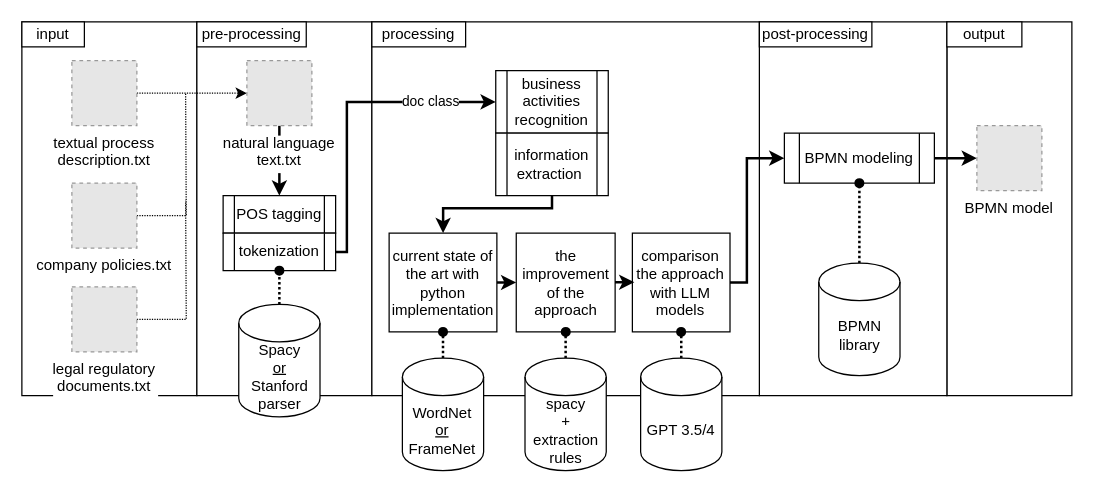
Above: images/overview.drawio in VincentDerekHeld/bachelor-thesis-2.0 (draw.io), before the change. Source tidied: cells renumbered, new cells numbered last; positions are measured from the earlier drawing's top-left corner, leaving out a move shared by most shapes. Both pictures are drawn from the tidied source at 125%, with x=0, y=0 at pixel (21, 21). Pictures stored in the file or linked from it are replaced by grey dashed boxes.
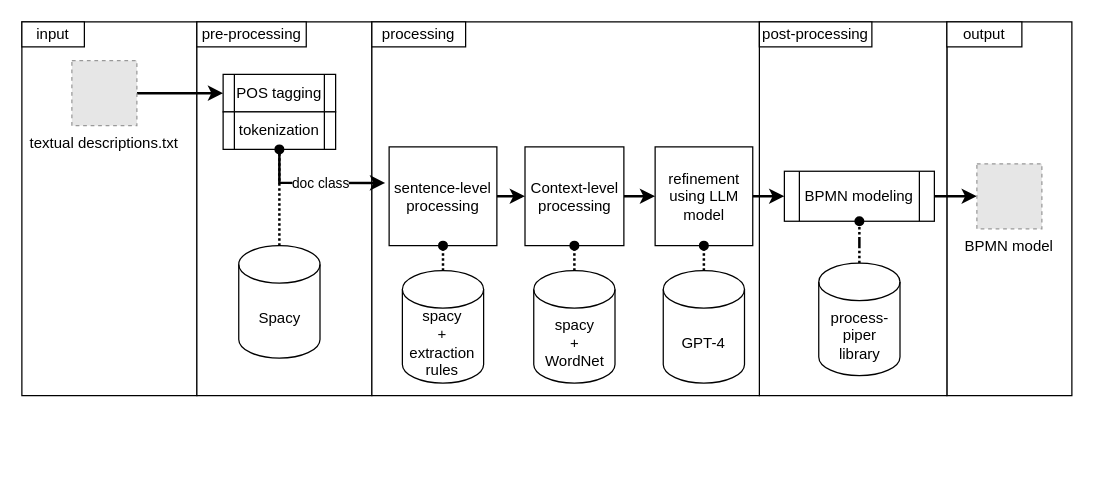
The same diagram, later.

The edit, as a diff of the source:
```diff
@@
-    <mxCell id="6" style="edgeStyle=orthogonalEdgeStyle;rounded=0;jettySize=auto;html=1;entryX=0;entryY=0.5;entryDx=0;entryDy=0;dashed=1;dashPattern=1 1;" parent="1" edge="1" source="7" target="19">
-      <mxGeometry relative="1" as="geometry" />
-    </mxCell>
-    <mxCell id="7" value="textual process &#10;description.txt" style="fillColor=#E6E6E6;strokeColor=#999999;dashed=1;verticalLabelPosition=bottom;labelBackgroundColor=default;verticalAlign=top;" parent="1" vertex="1">
-      <mxGeometry x="40" y="31" width="52" height="52" as="geometry" />
-    </mxCell>
-    <mxCell id="8" style="edgeStyle=orthogonalEdgeStyle;rounded=0;jettySize=auto;html=1;dashed=1;dashPattern=1 1;endArrow=none;endFill=0;" parent="1" edge="1" source="9">
-      <mxGeometry relative="1" as="geometry">
-        <mxPoint x="131" y="143" as="targetPoint" />
-      </mxGeometry>
-    </mxCell>
-    <mxCell id="9" value="legal regulatory &#10;documents.txt" style="fillColor=#E6E6E6;strokeColor=#999999;dashed=1;verticalLabelPosition=bottom;labelBackgroundColor=default;verticalAlign=top;" parent="1" vertex="1">
-      <mxGeometry x="40" y="212" width="52" height="52" as="geometry" />
-    </mxCell>
-    <mxCell id="10" style="edgeStyle=orthogonalEdgeStyle;rounded=0;jettySize=auto;html=1;dashed=1;dashPattern=1 1;endArrow=none;endFill=0;" parent="1" edge="1" source="11">
-      <mxGeometry relative="1" as="geometry">
-        <mxPoint x="131" y="57" as="targetPoint" />
-      </mxGeometry>
-    </mxCell>
-    <mxCell id="11" value="company policies.txt" style="fillColor=#E6E6E6;strokeColor=#999999;dashed=1;verticalLabelPosition=bottom;labelBackgroundColor=default;verticalAlign=top;" parent="1" vertex="1">
-      <mxGeometry x="40" y="129" width="52" height="52" as="geometry" />
-    </mxCell>
-    <mxCell id="12" value="Spacy&lt;br&gt;&lt;u&gt;or&lt;/u&gt;&lt;br&gt;Stanford parser" style="shape=cylinder3;whiteSpace=wrap;html=1;boundedLbl=1;backgroundOutline=1;size=15;" parent="1" vertex="1">
-      <mxGeometry x="173.5" y="226" width="65" height="90" as="geometry" />
+    <mxCell id="12" value="Spacy&lt;br&gt;" style="shape=cylinder3;whiteSpace=wrap;html=1;boundedLbl=1;backgroundOutline=1;size=15;" parent="1" vertex="1">
+      <mxGeometry x="173.5" y="179" width="65" height="90" as="geometry" />
     </mxCell>
@@
     <mxCell id="17" value="POS tagging" style="shape=process;whiteSpace=wrap;html=1;backgroundOutline=1;" parent="1" vertex="1">
-      <mxGeometry x="161" y="139" width="90" height="30" as="geometry" />
+      <mxGeometry x="161" y="42" width="90" height="30" as="geometry" />
     </mxCell>
@@
-    <mxCell id="19" value="natural language &#10;text.txt" style="fillColor=#E6E6E6;strokeColor=#999999;dashed=1;verticalLabelPosition=bottom;labelBackgroundColor=default;verticalAlign=top;" parent="1" vertex="1">
-      <mxGeometry x="180" y="31" width="52" height="52" as="geometry" />
+    <mxCell id="19" value="textual descriptions.txt" style="fillColor=#E6E6E6;strokeColor=#999999;dashed=1;verticalLabelPosition=bottom;labelBackgroundColor=default;verticalAlign=top;" parent="1" vertex="1">
+      <mxGeometry x="40" y="31" width="52" height="52" as="geometry" />
     </mxCell>
-    <mxCell id="20" style="edgeStyle=orthogonalEdgeStyle;rounded=0;jettySize=auto;html=1;entryX=0;entryY=0.5;entryDx=0;entryDy=0;strokeWidth=2;targetPerimeterSpacing=0;spacing=2;" parent="1" edge="1" source="22" target="25">
+    <mxCell id="20" style="edgeStyle=orthogonalEdgeStyle;rounded=0;jettySize=auto;html=1;entryX=-0.037;entryY=0.365;entryDx=0;entryDy=0;strokeWidth=2;targetPerimeterSpacing=0;spacing=2;entryPerimeter=0;" parent="1" edge="1" source="22" target="34">
       <mxGeometry relative="1" as="geometry">
         <Array as="points">
-          <mxPoint x="260" y="184" />
-          <mxPoint x="260" y="64" />
+          <mxPoint x="206" y="129" />
         </Array>
       </mxGeometry>
     </mxCell>
     <mxCell id="21" value="doc class" style="edgeLabel;html=1;align=center;verticalAlign=middle;" parent="20" vertex="1">
       <mxGeometry x="0.57" relative="1" as="geometry">
-        <mxPoint y="-1" as="offset" />
+        <mxPoint x="-28" as="offset" />
       </mxGeometry>
     </mxCell>
     <mxCell id="22" value="tokenization" style="shape=process;whiteSpace=wrap;html=1;backgroundOutline=1;" parent="1" vertex="1">
-      <mxGeometry x="161" y="169" width="90" height="30" as="geometry" />
+      <mxGeometry x="161" y="72" width="90" height="30" as="geometry" />
     </mxCell>
@@
     <mxCell id="24" value="BPMN modeling" style="shape=process;whiteSpace=wrap;html=1;backgroundOutline=1;" parent="1" vertex="1">
-      <mxGeometry x="610" y="89" width="120" height="40" as="geometry" />
+      <mxGeometry x="610" y="119.5" width="120" height="40" as="geometry" />
     </mxCell>
-    <mxCell id="25" value="business activities recognition" style="shape=process;whiteSpace=wrap;html=1;backgroundOutline=1;" parent="1" vertex="1">
-      <mxGeometry x="379.1" y="39" width="90" height="50" as="geometry" />
-    </mxCell>
-    <mxCell id="26" style="edgeStyle=orthogonalEdgeStyle;rounded=0;jettySize=auto;html=1;strokeWidth=2;targetPerimeterSpacing=0;" parent="1" edge="1" source="27" target="34">
-      <mxGeometry relative="1" as="geometry">
-        <Array as="points">
-          <mxPoint x="424" y="149" />
-          <mxPoint x="337" y="149" />
-        </Array>
-      </mxGeometry>
-    </mxCell>
-    <mxCell id="27" value="information extraction&amp;nbsp;" style="shape=process;whiteSpace=wrap;html=1;backgroundOutline=1;" parent="1" vertex="1">
-      <mxGeometry x="379.1" y="89" width="90" height="50" as="geometry" />
-    </mxCell>
+    <mxCell id="46" style="edgeStyle=orthogonalEdgeStyle;rounded=0;jettySize=auto;html=1;entryX=0;entryY=0.5;entryDx=0;entryDy=0;strokeWidth=2;" parent="1" edge="1" source="28" target="42">
+      <mxGeometry relative="1" as="geometry" />
+    </mxCell>
-    <mxCell id="28" value="the improvement of the approach" style="rounded=0;whiteSpace=wrap;html=1;" parent="1" vertex="1">
-      <mxGeometry x="395.5" y="169" width="79.1" height="79" as="geometry" />
+    <mxCell id="28" value="Context-level processing" style="rounded=0;whiteSpace=wrap;html=1;" parent="1" vertex="1">
+      <mxGeometry x="402.5" y="100" width="79.1" height="79" as="geometry" />
     </mxCell>
@@
-    <mxCell id="30" value="spacy&lt;br&gt;+&lt;br&gt;extraction rules" style="shape=cylinder3;whiteSpace=wrap;html=1;boundedLbl=1;backgroundOutline=1;size=15;" parent="1" vertex="1">
-      <mxGeometry x="402.5" y="269" width="65" height="90" as="geometry" />
+    <mxCell id="30" value="spacy&lt;br style=&quot;border-color: var(--border-color);&quot;&gt;+&lt;br style=&quot;border-color: var(--border-color);&quot;&gt;WordNet" style="shape=cylinder3;whiteSpace=wrap;html=1;boundedLbl=1;backgroundOutline=1;size=15;" parent="1" vertex="1">
+      <mxGeometry x="409.5" y="199" width="65" height="90" as="geometry" />
     </mxCell>
     <mxCell id="31" value="BPMN model" style="fillColor=#E6E6E6;strokeColor=#999999;dashed=1;verticalLabelPosition=bottom;labelBackgroundColor=default;verticalAlign=top;" parent="1" vertex="1">
-      <mxGeometry x="764" y="83" width="52" height="52" as="geometry" />
+      <mxGeometry x="764" y="113.5" width="52" height="52" as="geometry" />
     </mxCell>
@@
-    <mxCell id="33" style="edgeStyle=orthogonalEdgeStyle;rounded=0;jettySize=auto;html=1;entryX=0;entryY=0.5;entryDx=0;entryDy=0;strokeWidth=2;targetPerimeterSpacing=0;" parent="1" edge="1" source="34" target="28">
-      <mxGeometry relative="1" as="geometry">
-        <Array as="points">
-          <mxPoint x="380" y="209" />
-          <mxPoint x="380" y="209" />
-        </Array>
-      </mxGeometry>
+    <mxCell id="33" style="edgeStyle=orthogonalEdgeStyle;rounded=0;jettySize=auto;html=1;entryX=0;entryY=0.5;entryDx=0;entryDy=0;strokeWidth=2;" parent="1" edge="1" source="34" target="28">
+      <mxGeometry relative="1" as="geometry" />
     </mxCell>
-    <mxCell id="34" value="current state of the art with python implementation" style="rounded=0;whiteSpace=wrap;html=1;" parent="1" vertex="1">
-      <mxGeometry x="293.8" y="169" width="86.2" height="79" as="geometry" />
+    <mxCell id="34" value="sentence-level processing" style="rounded=0;whiteSpace=wrap;html=1;" parent="1" vertex="1">
+      <mxGeometry x="293.8" y="100" width="86.2" height="79" as="geometry" />
     </mxCell>
@@
-    <mxCell id="36" value="WordNet&lt;br&gt;&lt;u&gt;or&lt;/u&gt;&lt;br&gt;FrameNet" style="shape=cylinder3;whiteSpace=wrap;html=1;boundedLbl=1;backgroundOutline=1;size=15;" parent="1" vertex="1">
-      <mxGeometry x="304.4" y="269" width="65" height="90" as="geometry" />
+    <mxCell id="36" value="spacy&lt;br style=&quot;border-color: var(--border-color);&quot;&gt;+&lt;br style=&quot;border-color: var(--border-color);&quot;&gt;extraction rules" style="shape=cylinder3;whiteSpace=wrap;html=1;boundedLbl=1;backgroundOutline=1;size=15;" parent="1" vertex="1">
+      <mxGeometry x="304.4" y="199" width="65" height="90" as="geometry" />
     </mxCell>
@@
-    <mxCell id="38" value="BPMN&lt;br&gt;library" style="shape=cylinder3;whiteSpace=wrap;html=1;boundedLbl=1;backgroundOutline=1;size=15;" parent="1" vertex="1">
+    <mxCell id="38" value="process-piper&lt;br&gt;library" style="shape=cylinder3;whiteSpace=wrap;html=1;boundedLbl=1;backgroundOutline=1;size=15;" parent="1" vertex="1">
       <mxGeometry x="637.5" y="193" width="65" height="90" as="geometry" />
     </mxCell>
@@
-    <mxCell id="41" style="edgeStyle=orthogonalEdgeStyle;rounded=0;jettySize=auto;html=1;entryX=0;entryY=0.5;entryDx=0;entryDy=0;strokeWidth=2;targetPerimeterSpacing=0;" parent="1" edge="1" source="42" target="24">
-      <mxGeometry relative="1" as="geometry">
-        <Array as="points">
-          <mxPoint x="580" y="208" />
-          <mxPoint x="580" y="109" />
-        </Array>
-      </mxGeometry>
+    <mxCell id="41" style="edgeStyle=orthogonalEdgeStyle;rounded=0;jettySize=auto;html=1;entryX=0;entryY=0.5;entryDx=0;entryDy=0;strokeWidth=2;" parent="1" edge="1" source="42" target="24">
+      <mxGeometry relative="1" as="geometry" />
     </mxCell>
-    <mxCell id="42" value="comparison the approach with LLM models" style="rounded=0;whiteSpace=wrap;html=1;" parent="1" vertex="1">
-      <mxGeometry x="488.4" y="169" width="78.1" height="79" as="geometry" />
+    <mxCell id="42" value="refinement using LLM model" style="rounded=0;whiteSpace=wrap;html=1;" parent="1" vertex="1">
+      <mxGeometry x="506.6" y="100" width="78.1" height="79" as="geometry" />
     </mxCell>
@@
-    <mxCell id="44" value="GPT 3.5/4" style="shape=cylinder3;whiteSpace=wrap;html=1;boundedLbl=1;backgroundOutline=1;size=15;" parent="1" vertex="1">
-      <mxGeometry x="495" y="269" width="65" height="90" as="geometry" />
+    <mxCell id="44" value="GPT-4" style="shape=cylinder3;whiteSpace=wrap;html=1;boundedLbl=1;backgroundOutline=1;size=15;" parent="1" vertex="1">
+      <mxGeometry x="513.1" y="199" width="65" height="90" as="geometry" />
     </mxCell>
-    <mxCell id="45" style="edgeStyle=orthogonalEdgeStyle;rounded=0;orthogonalLoop=1;jettySize=auto;html=1;entryX=0;entryY=0.5;entryDx=0;entryDy=0;strokeWidth=2;targetPerimeterSpacing=0;" parent="1" edge="1">
-      <mxGeometry relative="1" as="geometry">
-        <mxPoint x="474.5" y="208.3" as="sourcePoint" />
-        <mxPoint x="490" y="208.3" as="targetPoint" />
-        <Array as="points">
-          <mxPoint x="474.5" y="208.8" />
-          <mxPoint x="474.5" y="208.8" />
-        </Array>
-      </mxGeometry>
-    </mxCell>
```
